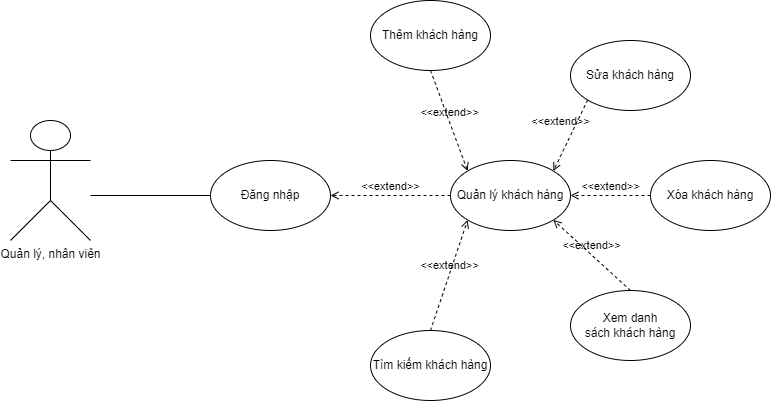
Kindaichicao/plane-ticket keeps this draw.io diagram as Báo Cáo/Diagram/Usecase/Usecase_KhachHang.png. Above is the earlier version. Source tidied: cells renumbered, new cells last; positions are measured from the earlier drawing's top-left corner, leaving out a move shared by most shapes.
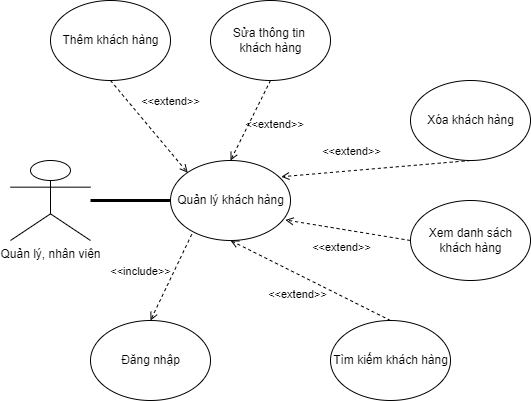
After the change.

Commit message:
[Modified]: Usecase Activity

The edit, as a diff of the source:
```diff
@@ -3,51 +3,49 @@
     <mxCell id="0" />
     <mxCell id="1" parent="0" />
     <mxCell id="2" value="Quản lý, nhân viên" style="shape=umlActor;verticalLabelPosition=bottom;verticalAlign=top;html=1;" parent="1" vertex="1">
-      <mxGeometry y="120" width="80" height="120" as="geometry" />
+      <mxGeometry x="80" y="-1040" width="80" height="80" as="geometry" />
     </mxCell>
+    <mxCell id="4" value="Quản lý khách hàng" style="shape=ellipse;horizontal=1;html=1;dashed=0;" parent="1" vertex="1">
+      <mxGeometry x="240" y="-1040" width="120" height="80" as="geometry" />
+    </mxCell>
+    <mxCell id="17" style="endArrow=none;startArrow=none;endFill=0;startFill=0;endSize=8;html=1;verticalAlign=bottom;labelBackgroundColor=none;strokeWidth=3;rounded=0;entryX=0;entryY=0.5;entryDx=0;entryDy=0;" parent="1" edge="1" source="2" target="4">
+      <mxGeometry relative="1" as="geometry" />
+    </mxCell>
-    <mxCell id="3" value="Đăng nhập" style="ellipse;whiteSpace=wrap;html=1;" parent="1" vertex="1">
-      <mxGeometry x="200" y="160" width="120" height="70" as="geometry" />
+    <mxCell id="3" value="Đăng nhập" style="shape=ellipse;horizontal=1;html=1;dashed=0;" parent="1" vertex="1">
+      <mxGeometry x="160" y="-880" width="120" height="80" as="geometry" />
     </mxCell>
-    <mxCell id="4" value="Quản lý khách hàng" style="ellipse;whiteSpace=wrap;html=1;" parent="1" vertex="1">
-      <mxGeometry x="440" y="160" width="120" height="70" as="geometry" />
-    </mxCell>
+    <mxCell id="8" value="Xem danh sách&lt;br&gt;khách hàng" style="shape=ellipse;horizontal=1;html=1;dashed=0;" parent="1" vertex="1">
+      <mxGeometry x="480" y="-1000" width="120" height="80" as="geometry" />
+    </mxCell>
+    <mxCell id="7" value="Xóa khách hàng" style="shape=ellipse;horizontal=1;html=1;dashed=0;" parent="1" vertex="1">
+      <mxGeometry x="480" y="-1120" width="120" height="80" as="geometry" />
+    </mxCell>
+    <mxCell id="18" value="Sửa thông tin&amp;nbsp;&lt;br&gt;khách hàng" style="shape=ellipse;horizontal=1;html=1;dashed=0;" parent="1" vertex="1">
+      <mxGeometry x="280" y="-1200" width="120" height="80" as="geometry" />
+    </mxCell>
-    <mxCell id="5" value="Thêm&amp;nbsp;khách hàng" style="ellipse;whiteSpace=wrap;html=1;" parent="1" vertex="1">
-      <mxGeometry x="360" width="120" height="70" as="geometry" />
+    <mxCell id="5" value="Thêm khách hàng" style="shape=ellipse;horizontal=1;html=1;dashed=0;" parent="1" vertex="1">
+      <mxGeometry x="120" y="-1200" width="120" height="80" as="geometry" />
     </mxCell>
-    <mxCell id="6" value="Sửa&amp;nbsp;khách hàng" style="ellipse;whiteSpace=wrap;html=1;" parent="1" vertex="1">
-      <mxGeometry x="560" y="40" width="120" height="70" as="geometry" />
-    </mxCell>
-    <mxCell id="7" value="Xóa&amp;nbsp;khách hàng" style="ellipse;whiteSpace=wrap;html=1;" parent="1" vertex="1">
-      <mxGeometry x="640" y="160" width="120" height="70" as="geometry" />
-    </mxCell>
-    <mxCell id="8" value="Xem danh sách&amp;nbsp;khách hàng" style="ellipse;whiteSpace=wrap;html=1;" parent="1" vertex="1">
-      <mxGeometry x="560" y="290" width="120" height="70" as="geometry" />
-    </mxCell>
-    <mxCell id="9" value="Tìm kiếm&amp;nbsp;khách hàng" style="ellipse;whiteSpace=wrap;html=1;" parent="1" vertex="1">
-      <mxGeometry x="360" y="330" width="120" height="70" as="geometry" />
+    <mxCell id="9" value="Tìm kiếm khách hàng" style="shape=ellipse;horizontal=1;html=1;dashed=0;" parent="1" vertex="1">
+      <mxGeometry x="400" y="-880" width="120" height="80" as="geometry" />
     </mxCell>
-    <mxCell id="10" style="line;strokeWidth=1;fillColor=none;align=left;verticalAlign=middle;spacingTop=-1;spacingLeft=3;spacingRight=3;labelPosition=right;" parent="1" vertex="1">
-      <mxGeometry x="80" y="191" width="120" height="8" as="geometry" />
-    </mxCell>
-    <mxCell id="11" value="&amp;lt;&amp;lt;extend&amp;gt;&amp;gt;" style="html=1;verticalAlign=bottom;labelBackgroundColor=none;endArrow=open;endFill=0;dashed=1;rounded=0;entryX=1;entryY=0.5;entryDx=0;entryDy=0;exitX=0;exitY=0.5;exitDx=0;exitDy=0;" parent="1" edge="1" source="4" target="3">
-      <mxGeometry relative="1" as="geometry" />
-    </mxCell>
-    <mxCell id="12" value="&amp;lt;&amp;lt;extend&amp;gt;&amp;gt;" style="html=1;verticalAlign=bottom;labelBackgroundColor=none;endArrow=open;endFill=0;dashed=1;rounded=0;entryX=0;entryY=0;entryDx=0;entryDy=0;exitX=0.5;exitY=1;exitDx=0;exitDy=0;" parent="1" edge="1" source="5" target="4">
-      <mxGeometry relative="1" as="geometry" />
+    <mxCell id="12" value="&amp;lt;&amp;lt;extend&amp;gt;&amp;gt;" style="html=1;verticalAlign=bottom;labelBackgroundColor=none;endArrow=open;endFill=0;dashed=1;rounded=0;exitX=0.5;exitY=1;exitDx=0;exitDy=0;entryX=0.143;entryY=0.153;entryDx=0;entryDy=0;entryPerimeter=0;" parent="1" edge="1" source="5" target="4">
+      <mxGeometry x="0.02" y="27" relative="1" as="geometry" />
     </mxCell>
-    <mxCell id="13" value="&amp;lt;&amp;lt;extend&amp;gt;&amp;gt;" style="html=1;verticalAlign=bottom;labelBackgroundColor=none;endArrow=open;endFill=0;dashed=1;rounded=0;entryX=1;entryY=0;entryDx=0;entryDy=0;exitX=0;exitY=1;exitDx=0;exitDy=0;" parent="1" edge="1" source="6" target="4">
-      <mxGeometry y="-11" relative="1" as="geometry">
-        <mxPoint y="1" as="offset" />
-      </mxGeometry>
-    </mxCell>
+    <mxCell id="19" value="&amp;lt;&amp;lt;extend&amp;gt;&amp;gt;" style="html=1;verticalAlign=bottom;labelBackgroundColor=none;endArrow=open;endFill=0;dashed=1;rounded=0;exitX=0.5;exitY=1;exitDx=0;exitDy=0;entryX=0.5;entryY=0;entryDx=0;entryDy=0;" parent="1" edge="1" source="18" target="4">
+      <mxGeometry x="0.02" y="27" relative="1" as="geometry" />
+    </mxCell>
-    <mxCell id="14" value="&amp;lt;&amp;lt;extend&amp;gt;&amp;gt;" style="html=1;verticalAlign=bottom;labelBackgroundColor=none;endArrow=open;endFill=0;dashed=1;rounded=0;entryX=1;entryY=0.5;entryDx=0;entryDy=0;exitX=0;exitY=0.5;exitDx=0;exitDy=0;" parent="1" edge="1" source="7" target="4">
-      <mxGeometry relative="1" as="geometry" />
+    <mxCell id="14" value="&amp;lt;&amp;lt;extend&amp;gt;&amp;gt;" style="html=1;verticalAlign=bottom;labelBackgroundColor=none;endArrow=open;endFill=0;dashed=1;rounded=0;exitX=0.5;exitY=1;exitDx=0;exitDy=0;entryX=0.923;entryY=0.203;entryDx=0;entryDy=0;entryPerimeter=0;" parent="1" edge="1" source="7" target="4">
+      <mxGeometry x="0.25" y="-10" relative="1" as="geometry" />
     </mxCell>
-    <mxCell id="15" value="&amp;lt;&amp;lt;extend&amp;gt;&amp;gt;" style="html=1;verticalAlign=bottom;labelBackgroundColor=none;endArrow=open;endFill=0;dashed=1;rounded=0;entryX=1;entryY=1;entryDx=0;entryDy=0;exitX=0.5;exitY=0;exitDx=0;exitDy=0;" parent="1" edge="1" source="8" target="4">
-      <mxGeometry relative="1" as="geometry" />
+    <mxCell id="15" value="&amp;lt;&amp;lt;extend&amp;gt;&amp;gt;" style="html=1;verticalAlign=bottom;labelBackgroundColor=none;endArrow=open;endFill=0;dashed=1;rounded=0;exitX=0;exitY=0.5;exitDx=0;exitDy=0;entryX=0.957;entryY=0.743;entryDx=0;entryDy=0;entryPerimeter=0;" parent="1" edge="1" source="8" target="4">
+      <mxGeometry x="0.02" y="27" relative="1" as="geometry" />
     </mxCell>
-    <mxCell id="16" value="&amp;lt;&amp;lt;extend&amp;gt;&amp;gt;" style="html=1;verticalAlign=bottom;labelBackgroundColor=none;endArrow=open;endFill=0;dashed=1;rounded=0;entryX=0;entryY=1;entryDx=0;entryDy=0;exitX=0.5;exitY=0;exitDx=0;exitDy=0;" parent="1" edge="1" source="9" target="4">
-      <mxGeometry relative="1" as="geometry" />
+    <mxCell id="16" value="&amp;lt;&amp;lt;extend&amp;gt;&amp;gt;" style="html=1;verticalAlign=bottom;labelBackgroundColor=none;endArrow=open;endFill=0;dashed=1;rounded=0;exitX=0.5;exitY=0;exitDx=0;exitDy=0;entryX=0.5;entryY=1;entryDx=0;entryDy=0;" parent="1" edge="1" source="9" target="4">
+      <mxGeometry x="0.02" y="27" relative="1" as="geometry" />
     </mxCell>
+    <mxCell id="11" value="&amp;lt;&amp;lt;include&amp;gt;&amp;gt;" style="html=1;verticalAlign=bottom;labelBackgroundColor=none;endArrow=open;endFill=0;dashed=1;rounded=0;exitX=0.177;exitY=0.923;exitDx=0;exitDy=0;exitPerimeter=0;entryX=0.5;entryY=0;entryDx=0;entryDy=0;" parent="1" edge="1" source="4" target="3">
+      <mxGeometry x="0.34" y="-26" relative="1" as="geometry" />
+    </mxCell>
   </root>
 </mxGraphModel>
```
